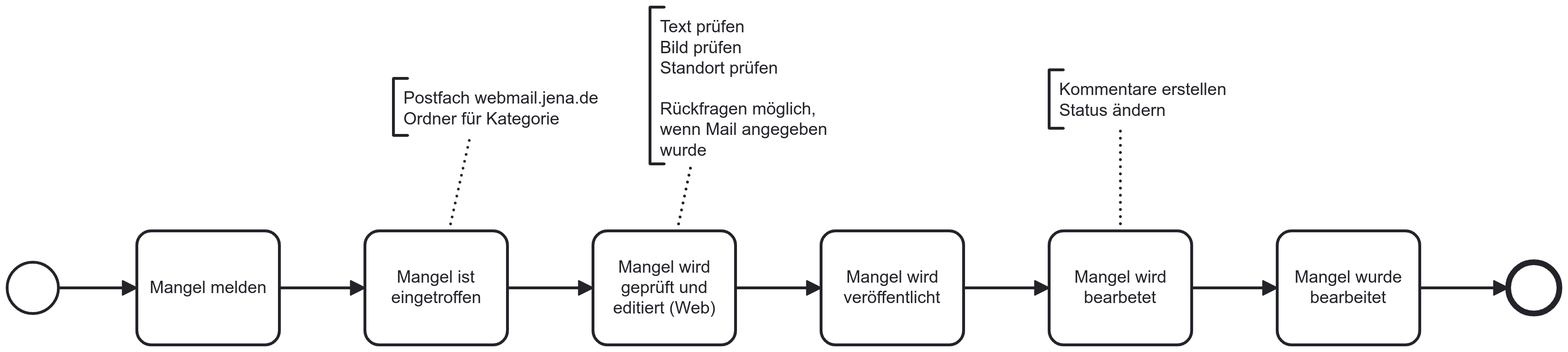
Earlier version of the BPMN export prozesse/mangel-melden.png (lixhunter/2025hacktheparadise-mangelmelder). Its source is kept beside it as prozesse/mangel-melden.bpmn. Ids are renumbered. Its diagram source:
```xml
<bpmn:definitions xmlns:bpmn="http://www.omg.org/spec/BPMN/20100524/MODEL" xmlns:bpmndi="http://www.omg.org/spec/BPMN/20100524/DI" xmlns:dc="http://www.omg.org/spec/DD/20100524/DC" xmlns:di="http://www.omg.org/spec/DD/20100524/DI" xmlns:modeler="http://camunda.org/schema/modeler/1.0" id="Definitions_n1" targetNamespace="http://bpmn.io/schema/bpmn" exporter="Camunda Modeler" exporterVersion="5.22.0" modeler:executionPlatform="Camunda Cloud" modeler:executionPlatformVersion="8.5.0">
  <bpmn:process id="Process_n2" isExecutable="true">
    <bpmn:startEvent id="StartEvent_1">
      <bpmn:outgoing>Flow_n3</bpmn:outgoing>
    </bpmn:startEvent>
    <bpmn:task id="Activity_n4" name="Mangel melden">
      <bpmn:incoming>Flow_n3</bpmn:incoming>
      <bpmn:outgoing>Flow_n5</bpmn:outgoing>
    </bpmn:task>
    <bpmn:sequenceFlow id="Flow_n3" sourceRef="StartEvent_1" targetRef="Activity_n4" />
    <bpmn:task id="Activity_n6" name="Mangel ist eingetroffen">
      <bpmn:incoming>Flow_n5</bpmn:incoming>
      <bpmn:outgoing>Flow_n7</bpmn:outgoing>
    </bpmn:task>
    <bpmn:sequenceFlow id="Flow_n5" sourceRef="Activity_n4" targetRef="Activity_n6" />
    <bpmn:task id="Activity_n8" name="Mangel wird geprüft und editiert (Web)">
      <bpmn:incoming>Flow_n7</bpmn:incoming>
      <bpmn:outgoing>Flow_n9</bpmn:outgoing>
    </bpmn:task>
    <bpmn:sequenceFlow id="Flow_n7" sourceRef="Activity_n6" targetRef="Activity_n8" />
    <bpmn:task id="Activity_n10" name="Mangel wird veröffentlicht">
      <bpmn:incoming>Flow_n9</bpmn:incoming>
      <bpmn:outgoing>Flow_n11</bpmn:outgoing>
    </bpmn:task>
    <bpmn:sequenceFlow id="Flow_n9" sourceRef="Activity_n8" targetRef="Activity_n10" />
    <bpmn:task id="Activity_n12" name="Mangel wird bearbetet">
      <bpmn:incoming>Flow_n11</bpmn:incoming>
      <bpmn:outgoing>Flow_n13</bpmn:outgoing>
    </bpmn:task>
    <bpmn:sequenceFlow id="Flow_n11" sourceRef="Activity_n10" targetRef="Activity_n12" />
    <bpmn:task id="Activity_n14" name="Mangel wurde bearbeitet">
      <bpmn:incoming>Flow_n13</bpmn:incoming>
      <bpmn:outgoing>Flow_n15</bpmn:outgoing>
    </bpmn:task>
    <bpmn:sequenceFlow id="Flow_n13" sourceRef="Activity_n12" targetRef="Activity_n14" />
    <bpmn:endEvent id="Event_n16">
      <bpmn:incoming>Flow_n15</bpmn:incoming>
    </bpmn:endEvent>
    <bpmn:sequenceFlow id="Flow_n15" sourceRef="Activity_n14" targetRef="Event_n16" />
    <bpmn:textAnnotation id="TextAnnotation_n17">
      <bpmn:text>Postfach webmail.jena.de
Ordner für Kategorie</bpmn:text>
    </bpmn:textAnnotation>
    <bpmn:association id="Association_n18" associationDirection="None" sourceRef="Activity_n6" targetRef="TextAnnotation_n17" />
    <bpmn:textAnnotation id="TextAnnotation_n19">
      <bpmn:text>Text prüfen
Bild prüfen
Standort prüfen

Rückfragen möglich, wenn Mail angegeben wurde</bpmn:text>
    </bpmn:textAnnotation>
    <bpmn:association id="Association_n20" associationDirection="None" sourceRef="Activity_n8" targetRef="TextAnnotation_n19" />
    <bpmn:textAnnotation id="TextAnnotation_n21">
      <bpmn:text>Kommentare erstellen
Status ändern</bpmn:text>
    </bpmn:textAnnotation>
    <bpmn:association id="Association_n22" associationDirection="None" sourceRef="Activity_n12" targetRef="TextAnnotation_n21" />
  </bpmn:process>
  <bpmndi:BPMNDiagram id="BPMNDiagram_1">
    <bpmndi:BPMNPlane id="BPMNPlane_1" bpmnElement="Process_n2">
      <bpmndi:BPMNShape id="_BPMNShape_StartEvent_2" bpmnElement="StartEvent_1">
        <dc:Bounds x="179" y="259" width="36" height="36" />
      </bpmndi:BPMNShape>
      <bpmndi:BPMNShape id="Activity_n4_di" bpmnElement="Activity_n4">
        <dc:Bounds x="270" y="237" width="100" height="80" />
        <bpmndi:BPMNLabel />
      </bpmndi:BPMNShape>
      <bpmndi:BPMNShape id="Activity_n6_di" bpmnElement="Activity_n6">
        <dc:Bounds x="430" y="237" width="100" height="80" />
        <bpmndi:BPMNLabel />
      </bpmndi:BPMNShape>
      <bpmndi:BPMNShape id="Activity_n8_di" bpmnElement="Activity_n8">
        <dc:Bounds x="590" y="237" width="100" height="80" />
        <bpmndi:BPMNLabel />
      </bpmndi:BPMNShape>
      <bpmndi:BPMNShape id="Activity_n10_di" bpmnElement="Activity_n10">
        <dc:Bounds x="750" y="237" width="100" height="80" />
        <bpmndi:BPMNLabel />
      </bpmndi:BPMNShape>
      <bpmndi:BPMNShape id="Activity_n12_di" bpmnElement="Activity_n12">
        <dc:Bounds x="910" y="237" width="100" height="80" />
        <bpmndi:BPMNLabel />
      </bpmndi:BPMNShape>
      <bpmndi:BPMNShape id="Activity_n14_di" bpmnElement="Activity_n14">
        <dc:Bounds x="1070" y="237" width="100" height="80" />
        <bpmndi:BPMNLabel />
      </bpmndi:BPMNShape>
      <bpmndi:BPMNShape id="Event_n16_di" bpmnElement="Event_n16">
        <dc:Bounds x="1232" y="259" width="36" height="36" />
      </bpmndi:BPMNShape>
      <bpmndi:BPMNEdge id="Association_n18_di" bpmnElement="Association_n18">
        <di:waypoint x="489" y="237" />
        <di:waypoint x="504" y="170" />
      </bpmndi:BPMNEdge>
      <bpmndi:BPMNEdge id="Association_n22_di" bpmnElement="Association_n22">
        <di:waypoint x="960" y="237" />
        <di:waypoint x="960" y="165" />
      </bpmndi:BPMNEdge>
      <bpmndi:BPMNEdge id="Association_n20_di" bpmnElement="Association_n20">
        <di:waypoint x="649" y="237" />
        <di:waypoint x="659" y="190" />
      </bpmndi:BPMNEdge>
      <bpmndi:BPMNEdge id="Flow_n3_di" bpmnElement="Flow_n3">
        <di:waypoint x="215" y="277" />
        <di:waypoint x="270" y="277" />
      </bpmndi:BPMNEdge>
      <bpmndi:BPMNEdge id="Flow_n5_di" bpmnElement="Flow_n5">
        <di:waypoint x="370" y="277" />
        <di:waypoint x="430" y="277" />
      </bpmndi:BPMNEdge>
      <bpmndi:BPMNShape id="TextAnnotation_n17_di" bpmnElement="TextAnnotation_n17">
        <dc:Bounds x="450" y="130" width="160" height="40" />
        <bpmndi:BPMNLabel />
      </bpmndi:BPMNShape>
      <bpmndi:BPMNEdge id="Flow_n7_di" bpmnElement="Flow_n7">
        <di:waypoint x="530" y="277" />
        <di:waypoint x="590" y="277" />
      </bpmndi:BPMNEdge>
      <bpmndi:BPMNEdge id="Flow_n9_di" bpmnElement="Flow_n9">
        <di:waypoint x="690" y="277" />
        <di:waypoint x="750" y="277" />
      </bpmndi:BPMNEdge>
      <bpmndi:BPMNEdge id="Flow_n11_di" bpmnElement="Flow_n11">
        <di:waypoint x="850" y="277" />
        <di:waypoint x="910" y="277" />
      </bpmndi:BPMNEdge>
      <bpmndi:BPMNEdge id="Flow_n13_di" bpmnElement="Flow_n13">
        <di:waypoint x="1010" y="277" />
        <di:waypoint x="1070" y="277" />
      </bpmndi:BPMNEdge>
      <bpmndi:BPMNEdge id="Flow_n15_di" bpmnElement="Flow_n15">
        <di:waypoint x="1170" y="277" />
        <di:waypoint x="1232" y="277" />
      </bpmndi:BPMNEdge>
      <bpmndi:BPMNShape id="TextAnnotation_n21_di" bpmnElement="TextAnnotation_n21">
        <dc:Bounds x="910" y="124" width="160" height="41" />
        <bpmndi:BPMNLabel />
      </bpmndi:BPMNShape>
      <bpmndi:BPMNShape id="TextAnnotation_n19_di" bpmnElement="TextAnnotation_n19">
        <dc:Bounds x="630" y="80" width="150" height="110" />
        <bpmndi:BPMNLabel />
      </bpmndi:BPMNShape>
    </bpmndi:BPMNPlane>
  </bpmndi:BPMNDiagram>
</bpmn:definitions>
```
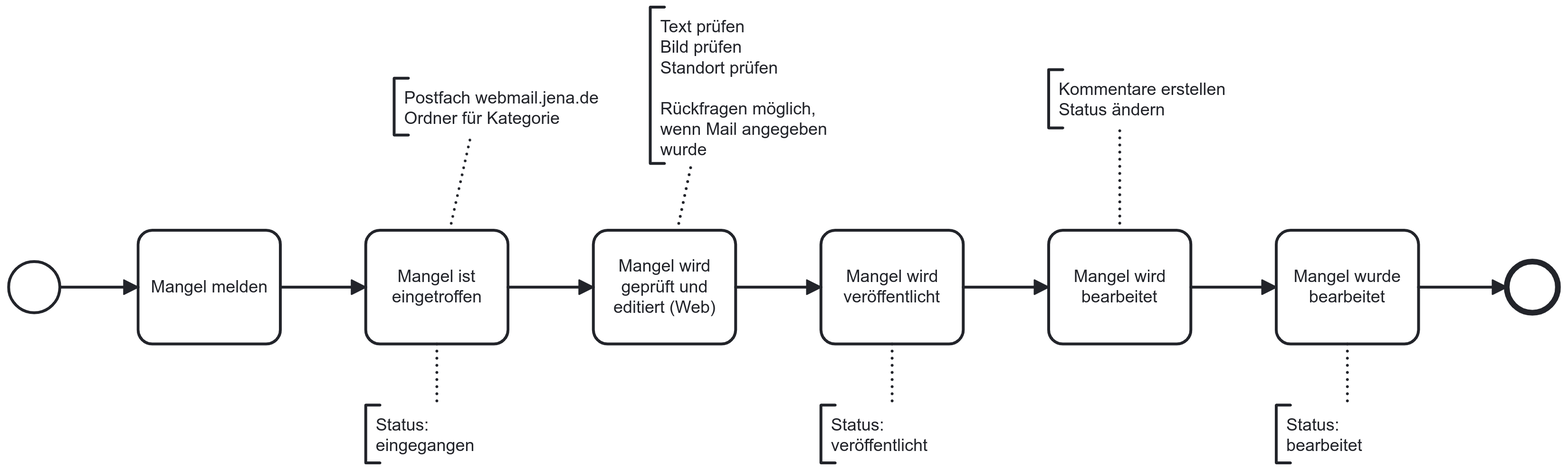
Above is the later version.

What changed in the source:
```diff
@@ -23,7 +23,7 @@
       <bpmn:outgoing>Flow_n11</bpmn:outgoing>
     </bpmn:task>
     <bpmn:sequenceFlow id="Flow_n9" sourceRef="Activity_n8" targetRef="Activity_n10" />
-    <bpmn:task id="Activity_n12" name="Mangel wird bearbetet">
+    <bpmn:task id="Activity_n12" name="Mangel wird bearbeitet">
       <bpmn:incoming>Flow_n11</bpmn:incoming>
       <bpmn:outgoing>Flow_n13</bpmn:outgoing>
     </bpmn:task>
@@ -55,6 +55,18 @@
 Status ändern</bpmn:text>
     </bpmn:textAnnotation>
     <bpmn:association id="Association_n22" associationDirection="None" sourceRef="Activity_n12" targetRef="TextAnnotation_n21" />
+    <bpmn:textAnnotation id="TextAnnotation_n23">
+      <bpmn:text>Status: eingegangen</bpmn:text>
+    </bpmn:textAnnotation>
+    <bpmn:association id="Association_n24" associationDirection="None" sourceRef="Activity_n6" targetRef="TextAnnotation_n23" />
+    <bpmn:textAnnotation id="TextAnnotation_n25">
+      <bpmn:text>Status: veröffentlicht</bpmn:text>
+    </bpmn:textAnnotation>
+    <bpmn:association id="Association_n26" associationDirection="None" sourceRef="Activity_n10" targetRef="TextAnnotation_n25" />
+    <bpmn:textAnnotation id="TextAnnotation_n27">
+      <bpmn:text>Status: bearbeitet</bpmn:text>
+    </bpmn:textAnnotation>
+    <bpmn:association id="Association_n28" associationDirection="None" sourceRef="Activity_n14" targetRef="TextAnnotation_n27" />
   </bpmn:process>
   <bpmndi:BPMNDiagram id="BPMNDiagram_1">
     <bpmndi:BPMNPlane id="BPMNPlane_1" bpmnElement="Process_n2">
@@ -88,18 +100,30 @@
       <bpmndi:BPMNShape id="Event_n16_di" bpmnElement="Event_n16">
         <dc:Bounds x="1232" y="259" width="36" height="36" />
       </bpmndi:BPMNShape>
-      <bpmndi:BPMNEdge id="Association_n18_di" bpmnElement="Association_n18">
-        <di:waypoint x="489" y="237" />
-        <di:waypoint x="504" y="170" />
+      <bpmndi:BPMNEdge id="Association_n24_di" bpmnElement="Association_n24">
+        <di:waypoint x="480" y="317" />
+        <di:waypoint x="480" y="360" />
       </bpmndi:BPMNEdge>
-      <bpmndi:BPMNEdge id="Association_n22_di" bpmnElement="Association_n22">
-        <di:waypoint x="960" y="237" />
-        <di:waypoint x="960" y="165" />
+      <bpmndi:BPMNEdge id="Association_n26_di" bpmnElement="Association_n26">
+        <di:waypoint x="800" y="317" />
+        <di:waypoint x="800" y="360" />
       </bpmndi:BPMNEdge>
-      <bpmndi:BPMNEdge id="Association_n20_di" bpmnElement="Association_n20">
-        <di:waypoint x="649" y="237" />
-        <di:waypoint x="659" y="190" />
+      <bpmndi:BPMNEdge id="Association_n28_di" bpmnElement="Association_n28">
+        <di:waypoint x="1120" y="317" />
+        <di:waypoint x="1120" y="360" />
       </bpmndi:BPMNEdge>
+      <bpmndi:BPMNShape id="TextAnnotation_n17_di" bpmnElement="TextAnnotation_n17">
+        <dc:Bounds x="450" y="130" width="160" height="40" />
+        <bpmndi:BPMNLabel />
+      </bpmndi:BPMNShape>
+      <bpmndi:BPMNShape id="TextAnnotation_n19_di" bpmnElement="TextAnnotation_n19">
+        <dc:Bounds x="630" y="80" width="150" height="110" />
+        <bpmndi:BPMNLabel />
+      </bpmndi:BPMNShape>
+      <bpmndi:BPMNShape id="TextAnnotation_n21_di" bpmnElement="TextAnnotation_n21">
+        <dc:Bounds x="910" y="124" width="160" height="41" />
+        <bpmndi:BPMNLabel />
+      </bpmndi:BPMNShape>
       <bpmndi:BPMNEdge id="Flow_n3_di" bpmnElement="Flow_n3">
         <di:waypoint x="215" y="277" />
         <di:waypoint x="270" y="277" />
@@ -108,10 +132,6 @@
         <di:waypoint x="370" y="277" />
         <di:waypoint x="430" y="277" />
       </bpmndi:BPMNEdge>
-      <bpmndi:BPMNShape id="TextAnnotation_n17_di" bpmnElement="TextAnnotation_n17">
-        <dc:Bounds x="450" y="130" width="160" height="40" />
-        <bpmndi:BPMNLabel />
-      </bpmndi:BPMNShape>
       <bpmndi:BPMNEdge id="Flow_n7_di" bpmnElement="Flow_n7">
         <di:waypoint x="530" y="277" />
         <di:waypoint x="590" y="277" />
@@ -132,12 +152,28 @@
         <di:waypoint x="1170" y="277" />
         <di:waypoint x="1232" y="277" />
       </bpmndi:BPMNEdge>
-      <bpmndi:BPMNShape id="TextAnnotation_n21_di" bpmnElement="TextAnnotation_n21">
-        <dc:Bounds x="910" y="124" width="160" height="41" />
+      <bpmndi:BPMNEdge id="Association_n18_di" bpmnElement="Association_n18">
+        <di:waypoint x="489" y="237" />
+        <di:waypoint x="504" y="170" />
+      </bpmndi:BPMNEdge>
+      <bpmndi:BPMNEdge id="Association_n20_di" bpmnElement="Association_n20">
+        <di:waypoint x="649" y="237" />
+        <di:waypoint x="659" y="190" />
+      </bpmndi:BPMNEdge>
+      <bpmndi:BPMNEdge id="Association_n22_di" bpmnElement="Association_n22">
+        <di:waypoint x="960" y="237" />
+        <di:waypoint x="960" y="165" />
+      </bpmndi:BPMNEdge>
+      <bpmndi:BPMNShape id="TextAnnotation_n23_di" bpmnElement="TextAnnotation_n23">
+        <dc:Bounds x="430" y="360" width="99.99656781987919" height="40.637012630422845" />
         <bpmndi:BPMNLabel />
       </bpmndi:BPMNShape>
-      <bpmndi:BPMNShape id="TextAnnotation_n19_di" bpmnElement="TextAnnotation_n19">
-        <dc:Bounds x="630" y="80" width="150" height="110" />
+      <bpmndi:BPMNShape id="TextAnnotation_n25_di" bpmnElement="TextAnnotation_n25">
+        <dc:Bounds x="750" y="360" width="99.99656781987919" height="40.637012630422845" />
+        <bpmndi:BPMNLabel />
+      </bpmndi:BPMNShape>
+      <bpmndi:BPMNShape id="TextAnnotation_n27_di" bpmnElement="TextAnnotation_n27">
+        <dc:Bounds x="1070" y="360" width="99.99656781987919" height="40.637012630422845" />
         <bpmndi:BPMNLabel />
       </bpmndi:BPMNShape>
     </bpmndi:BPMNPlane>
```
